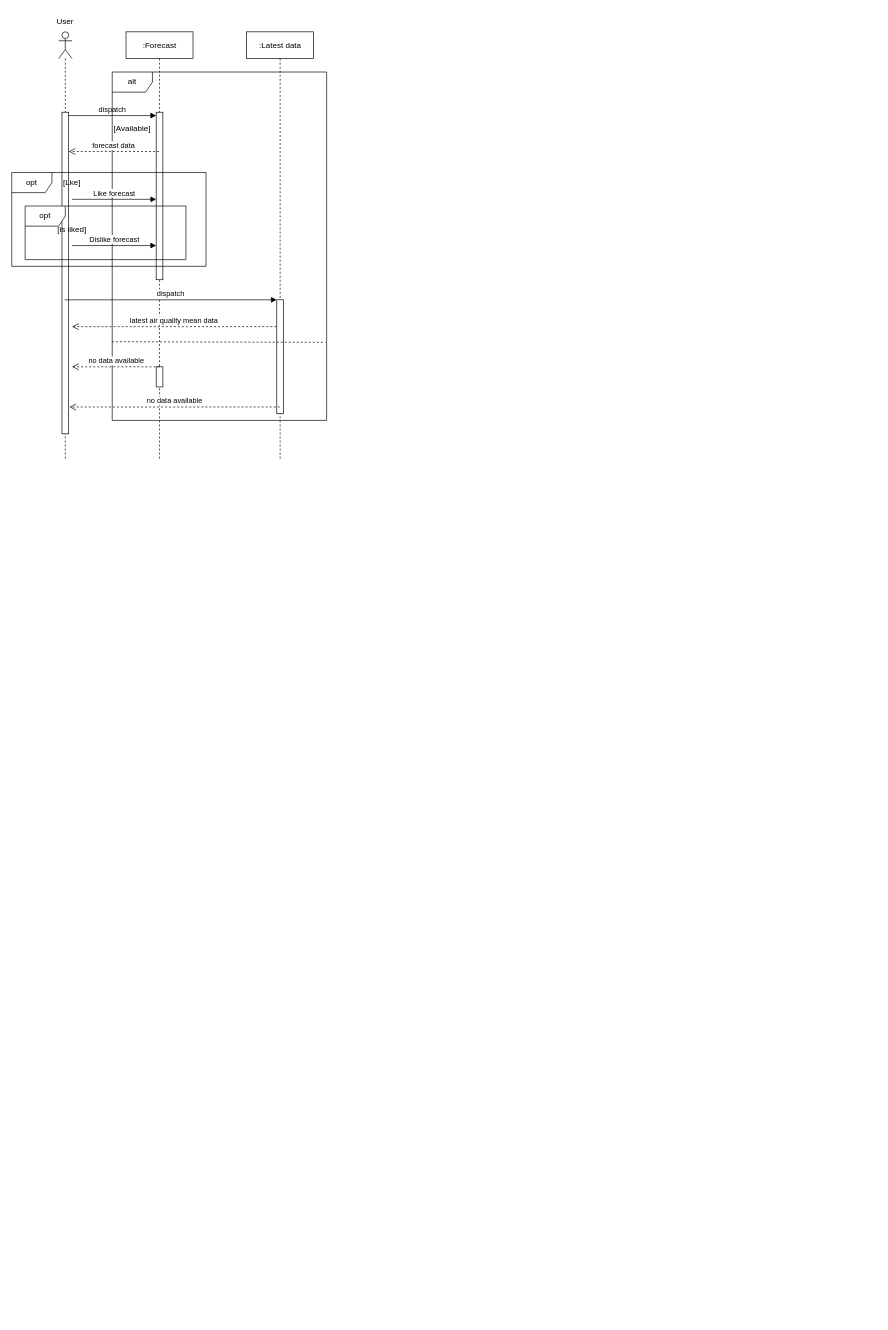
Above: air_quality/sequence.drawio in kavicastelo/drawio (draw.io), before the change. Source tidied: cells renumbered, new cells numbered last; positions are measured from the earlier drawing's top-left corner, leaving out a move shared by most shapes. Both pictures are drawn from the tidied source at 67%, with x=0, y=0 at pixel (11, 11).
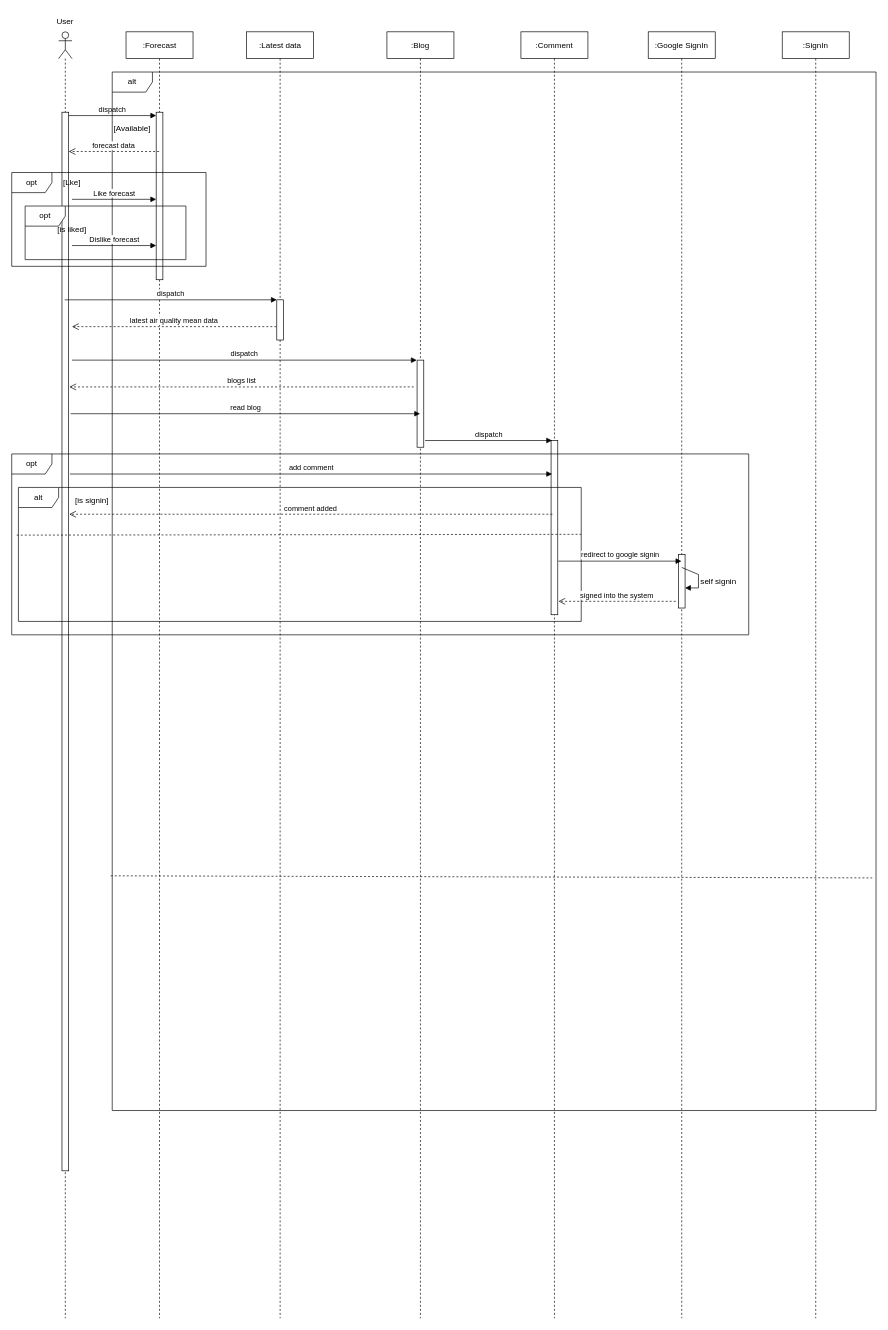
Above is the later version.

What changed in the source:
```diff
@@
     <mxCell id="2" value=":Forecast" style="shape=umlLifeline;perimeter=lifelinePerimeter;whiteSpace=wrap;html=1;newEdgeStyle={&quot;edgeStyle&quot;:&quot;elbowEdgeStyle&quot;,&quot;elbow&quot;:&quot;vertical&quot;,&quot;curved&quot;:0,&quot;rounded&quot;:0};" parent="1" vertex="1">
-      <mxGeometry x="170.6" y="30" width="100" height="640" as="geometry" />
+      <mxGeometry x="170.6" y="30" width="100" height="1920" as="geometry" />
     </mxCell>
@@
-    <mxCell id="4" style="html=1;perimeter=orthogonalPerimeter;targetShapes=umlLifeline;newEdgeStyle={&quot;curved&quot;:0,&quot;rounded&quot;:0};" parent="2" vertex="1">
-      <mxGeometry x="45" y="500" width="10" height="30" as="geometry" />
-    </mxCell>
     <mxCell id="5" value=":Latest data" style="shape=umlLifeline;perimeter=lifelinePerimeter;whiteSpace=wrap;html=1;newEdgeStyle={&quot;edgeStyle&quot;:&quot;elbowEdgeStyle&quot;,&quot;elbow&quot;:&quot;vertical&quot;,&quot;curved&quot;:0,&quot;rounded&quot;:0};" parent="1" vertex="1">
-      <mxGeometry x="350.6" y="30" width="100" height="640" as="geometry" />
+      <mxGeometry x="350.6" y="30" width="100" height="1920" as="geometry" />
     </mxCell>
     <mxCell id="6" style="html=1;points=[];perimeter=orthogonalPerimeter;outlineConnect=0;targetShapes=umlLifeline;portConstraint=eastwest;newEdgeStyle={&quot;edgeStyle&quot;:&quot;elbowEdgeStyle&quot;,&quot;elbow&quot;:&quot;vertical&quot;,&quot;curved&quot;:0,&quot;rounded&quot;:0};" parent="5" vertex="1">
-      <mxGeometry x="45" y="400" width="10" height="170" as="geometry" />
+      <mxGeometry x="45" y="400" width="10" height="60" as="geometry" />
     </mxCell>
     <mxCell id="7" style="shape=umlLifeline;perimeter=lifelinePerimeter;whiteSpace=wrap;html=1;newEdgeStyle={&quot;curved&quot;:0,&quot;rounded&quot;:0};participant=umlActor;" parent="1" vertex="1">
-      <mxGeometry x="70" y="30" width="20" height="640" as="geometry" />
+      <mxGeometry x="70" y="30" width="20" height="1920" as="geometry" />
     </mxCell>
     <mxCell id="8" style="html=1;points=[[0,0,0,0,5],[0,1,0,0,-5],[1,0,0,0,5],[1,1,0,0,-5]];perimeter=orthogonalPerimeter;outlineConnect=0;targetShapes=umlLifeline;portConstraint=eastwest;newEdgeStyle={&quot;curved&quot;:0,&quot;rounded&quot;:0};" parent="7" vertex="1">
-      <mxGeometry x="5" y="120" width="10" height="480" as="geometry" />
+      <mxGeometry x="5" y="120" width="10" height="1580" as="geometry" />
     </mxCell>
@@
     <mxCell id="10" value="alt" style="shape=umlFrame;whiteSpace=wrap;html=1;" parent="1" vertex="1">
-      <mxGeometry x="150" y="90" width="320" height="520" as="geometry" />
+      <mxGeometry x="150" y="90" width="1140" height="1550" as="geometry" />
     </mxCell>
@@
-    <mxCell id="20" value="no data available" style="html=1;verticalAlign=bottom;endArrow=open;dashed=1;endSize=8;curved=0;rounded=0;" parent="1" edge="1">
-      <mxGeometry relative="1" as="geometry">
-        <mxPoint x="220.6" y="530" as="sourcePoint" />
-        <mxPoint x="90" y="530" as="targetPoint" />
-      </mxGeometry>
-    </mxCell>
@@
-    <mxCell id="23" value="no data available" style="html=1;verticalAlign=bottom;endArrow=open;dashed=1;endSize=8;curved=0;rounded=0;exitX=0.44;exitY=0.941;exitDx=0;exitDy=0;exitPerimeter=0;" parent="1" edge="1" source="6">
-      <mxGeometry relative="1" as="geometry">
-        <mxPoint x="86" y="590" as="targetPoint" />
-      </mxGeometry>
-    </mxCell>
@@
+    <mxCell id="25" value=":Blog" style="shape=umlLifeline;perimeter=lifelinePerimeter;whiteSpace=wrap;html=1;outlineConnect=0;portConstraint=eastwest;newEdgeStyle={&quot;curved&quot;:0,&quot;rounded&quot;:0};" parent="1" vertex="1">
+      <mxGeometry x="560" y="30" width="100" height="1920" as="geometry" />
+    </mxCell>
+    <mxCell id="26" style="html=1;perimeter=orthogonalPerimeter;targetShapes=umlLifeline;newEdgeStyle={&quot;curved&quot;:0,&quot;rounded&quot;:0};" parent="25" vertex="1">
+      <mxGeometry x="45" y="490" width="10" height="130" as="geometry" />
+    </mxCell>
+    <mxCell id="27" value=":Comment" style="shape=umlLifeline;perimeter=lifelinePerimeter;whiteSpace=wrap;html=1;newEdgeStyle={&quot;curved&quot;:0,&quot;rounded&quot;:0};" parent="1" vertex="1">
+      <mxGeometry x="760" y="30" width="100" height="1920" as="geometry" />
+    </mxCell>
+    <mxCell id="28" style="html=1;perimeter=orthogonalPerimeter;targetShapes=umlLifeline;newEdgeStyle={&quot;curved&quot;:0,&quot;rounded&quot;:0};" parent="27" vertex="1">
+      <mxGeometry x="45" y="610" width="10" height="260" as="geometry" />
+    </mxCell>
+    <mxCell id="29" value=":Google SignIn" style="shape=umlLifeline;perimeter=lifelinePerimeter;whiteSpace=wrap;html=1;outlineConnect=0;portConstraint=eastwest;newEdgeStyle={&quot;curved&quot;:0,&quot;rounded&quot;:0};" parent="1" vertex="1">
+      <mxGeometry x="950" y="30" width="100" height="1920" as="geometry" />
+    </mxCell>
+    <mxCell id="30" style="html=1;points=[[0,0,0,0,5],[0,1,0,0,-5],[1,0,0,0,5],[1,1,0,0,-5]];perimeter=orthogonalPerimeter;outlineConnect=0;targetShapes=umlLifeline;portConstraint=eastwest;newEdgeStyle={&quot;curved&quot;:0,&quot;rounded&quot;:0};" parent="29" vertex="1">
+      <mxGeometry x="45" y="780" width="10" height="80" as="geometry" />
+    </mxCell>
+    <mxCell id="31" style="html=1;verticalAlign=bottom;endArrow=block;curved=0;rounded=0;exitX=0.5;exitY=0.243;exitDx=0;exitDy=0;exitPerimeter=0;" parent="29" edge="1" source="30" target="30">
+      <mxGeometry relative="1" as="geometry" />
+    </mxCell>
+    <mxCell id="32" value="dispatch" style="html=1;verticalAlign=bottom;endArrow=block;curved=0;rounded=0;" parent="1" edge="1">
+      <mxGeometry relative="1" as="geometry">
+        <mxPoint x="90" y="520" as="sourcePoint" />
+        <mxPoint x="604.5" y="520" as="targetPoint" />
+      </mxGeometry>
+    </mxCell>
+    <mxCell id="33" value="blogs list" style="html=1;verticalAlign=bottom;endArrow=open;dashed=1;endSize=8;curved=0;rounded=0;" parent="1" edge="1">
+      <mxGeometry relative="1" as="geometry">
+        <mxPoint x="600" y="560" as="sourcePoint" />
+        <mxPoint x="86" y="560" as="targetPoint" />
+      </mxGeometry>
+    </mxCell>
+    <mxCell id="34" value="read blog" style="html=1;verticalAlign=bottom;endArrow=block;curved=0;rounded=0;" parent="1" edge="1" target="25">
+      <mxGeometry relative="1" as="geometry">
+        <mxPoint x="88" y="600" as="sourcePoint" />
+      </mxGeometry>
+    </mxCell>
+    <mxCell id="35" value=":SignIn" style="shape=umlLifeline;perimeter=lifelinePerimeter;whiteSpace=wrap;html=1;newEdgeStyle={&quot;curved&quot;:0,&quot;rounded&quot;:0};" parent="1" vertex="1">
+      <mxGeometry x="1150" y="30" width="100" height="1920" as="geometry" />
+    </mxCell>
+    <mxCell id="36" value="opt" style="shape=umlFrame;whiteSpace=wrap;html=1;" parent="1" vertex="1">
+      <mxGeometry y="660" width="1100" height="270" as="geometry" />
+    </mxCell>
+    <mxCell id="37" value="dispatch" style="html=1;verticalAlign=bottom;endArrow=block;curved=0;rounded=0;" parent="1" edge="1">
+      <mxGeometry relative="1" as="geometry">
+        <mxPoint x="617" y="640" as="sourcePoint" />
+        <mxPoint x="806.5" y="640" as="targetPoint" />
+      </mxGeometry>
+    </mxCell>
+    <mxCell id="38" value="add comment" style="html=1;verticalAlign=bottom;endArrow=block;curved=0;rounded=0;" parent="1" edge="1">
+      <mxGeometry relative="1" as="geometry">
+        <mxPoint x="87" y="690" as="sourcePoint" />
+        <mxPoint x="806.5" y="690" as="targetPoint" />
+      </mxGeometry>
+    </mxCell>
+    <mxCell id="39" value="alt" style="shape=umlFrame;whiteSpace=wrap;html=1;" parent="1" vertex="1">
+      <mxGeometry x="10" y="710" width="840" height="200" as="geometry" />
+    </mxCell>
+    <mxCell id="40" value="[is signin]" style="text;html=1;align=center;verticalAlign=middle;whiteSpace=wrap;rounded=0;" parent="1" vertex="1">
+      <mxGeometry x="90" y="720" width="60" height="20" as="geometry" />
+    </mxCell>
+    <mxCell id="41" value="comment added" style="html=1;verticalAlign=bottom;endArrow=open;dashed=1;endSize=8;curved=0;rounded=0;" parent="1" edge="1">
+      <mxGeometry relative="1" as="geometry">
+        <mxPoint x="807" y="750" as="sourcePoint" />
+        <mxPoint x="85.8" y="750" as="targetPoint" />
+      </mxGeometry>
+    </mxCell>
+    <mxCell id="42" style="endArrow=none;dashed=1;html=1;rounded=0;entryX=1;entryY=0.35;entryDx=0;entryDy=0;entryPerimeter=0;exitX=-0.003;exitY=0.356;exitDx=0;exitDy=0;exitPerimeter=0;" parent="1" edge="1" source="39" target="39">
+      <mxGeometry relative="1" as="geometry" />
+    </mxCell>
+    <mxCell id="43" value="redirect to google signin" style="html=1;verticalAlign=bottom;endArrow=block;curved=0;rounded=0;" parent="1" edge="1" target="29">
+      <mxGeometry relative="1" as="geometry">
+        <mxPoint x="815.8" y="820" as="sourcePoint" />
+      </mxGeometry>
+    </mxCell>
+    <mxCell id="44" value="self signin" style="text;html=1;align=center;verticalAlign=middle;whiteSpace=wrap;rounded=0;" parent="1" vertex="1">
+      <mxGeometry x="1010" y="836" width="90" height="30" as="geometry" />
+    </mxCell>
+    <mxCell id="45" value="signed into the system" style="html=1;verticalAlign=bottom;endArrow=open;dashed=1;endSize=8;curved=0;rounded=0;" parent="1" edge="1">
+      <mxGeometry relative="1" as="geometry">
+        <mxPoint x="991" y="880" as="sourcePoint" />
+        <mxPoint x="816" y="880" as="targetPoint" />
+      </mxGeometry>
+    </mxCell>
```
